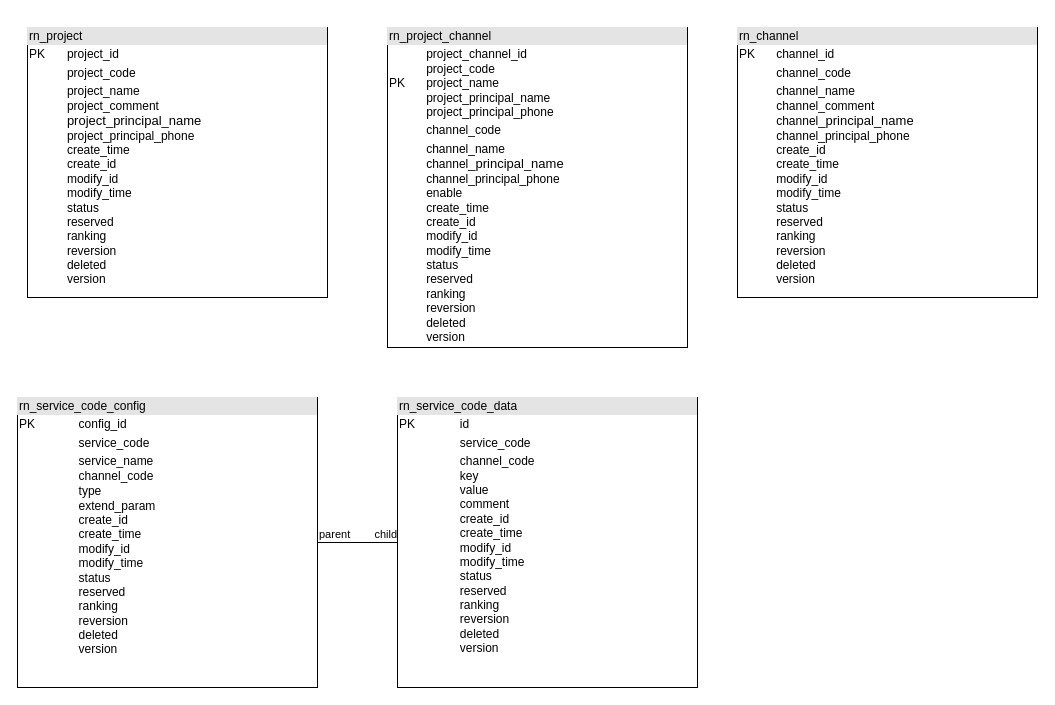
The draw.io diagram configuration.drawio in zl1509015035/zl1509015035.github.io, before the edit. Source tidied: cells renumbered, new cells numbered last; positions are measured from the earlier drawing's top-left corner, leaving out a move shared by most shapes. Both pictures are drawn from the tidied source at 100%, with x=0, y=0 at pixel (17, 27).
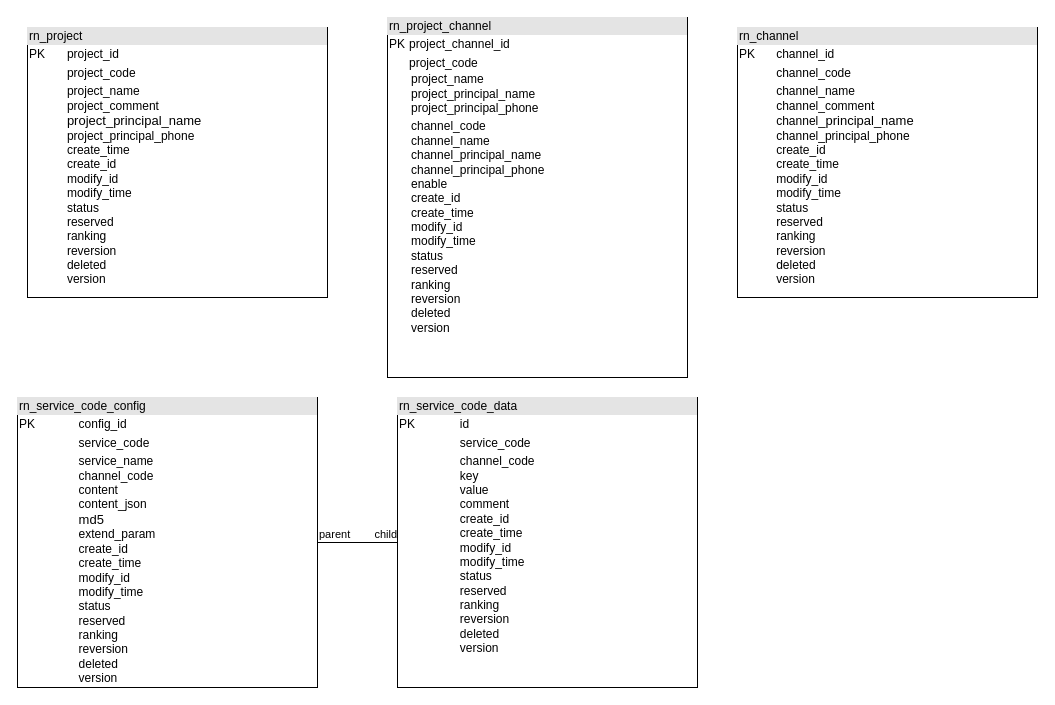
Above is the later version.

The edit, as a diff of the source:
```diff
@@
 <mxGraphModel>
   <root>
     <mxCell id="0" />
     <mxCell id="1" parent="0" />
     <mxCell id="2" value="&lt;div style=&quot;box-sizing:border-box;width:100%;background:#e4e4e4;padding:2px;&quot;&gt;rn_project&lt;/div&gt;&lt;table style=&quot;width:100%;font-size:1em;&quot; cellpadding=&quot;2&quot; cellspacing=&quot;0&quot;&gt;&lt;tbody&gt;&lt;tr&gt;&lt;td&gt;PK&lt;/td&gt;&lt;td&gt;project_id&lt;/td&gt;&lt;/tr&gt;&lt;tr&gt;&lt;td&gt;&lt;br&gt;&lt;/td&gt;&lt;td&gt;project_code&lt;/td&gt;&lt;/tr&gt;&lt;tr&gt;&lt;td&gt;&lt;/td&gt;&lt;td&gt;project_name&lt;br&gt;project_comment&lt;br&gt;&lt;span style=&quot;font-family: Arial, sans-serif; font-size: 13px; background-color: rgb(255, 255, 255);&quot;&gt;project_principal_name&lt;br&gt;&lt;/span&gt;project_principal_phone&lt;br&gt;create_time&lt;br&gt;create_id&lt;br&gt;modify_id&lt;br&gt;modify_time&lt;br&gt;status&lt;br&gt;reserved&lt;br&gt;ranking&lt;br&gt;reversion&lt;br&gt;deleted&lt;br&gt;version&lt;br&gt;&lt;br&gt;&lt;/td&gt;&lt;/tr&gt;&lt;/tbody&gt;&lt;/table&gt;" style="verticalAlign=top;align=left;overflow=fill;html=1;" parent="1" vertex="1">
       <mxGeometry x="10" width="300" height="270" as="geometry" />
     </mxCell>
     <mxCell id="3" value="&lt;div style=&quot;box-sizing:border-box;width:100%;background:#e4e4e4;padding:2px;&quot;&gt;rn_channel&lt;/div&gt;&lt;table style=&quot;width:100%;font-size:1em;&quot; cellpadding=&quot;2&quot; cellspacing=&quot;0&quot;&gt;&lt;tbody&gt;&lt;tr&gt;&lt;td&gt;PK&lt;/td&gt;&lt;td&gt;channel_id&lt;/td&gt;&lt;/tr&gt;&lt;tr&gt;&lt;td&gt;&lt;br&gt;&lt;/td&gt;&lt;td&gt;channel_code&lt;/td&gt;&lt;/tr&gt;&lt;tr&gt;&lt;td&gt;&lt;/td&gt;&lt;td&gt;channel_name&lt;br&gt;channel_comment&lt;br&gt;channel&lt;span style=&quot;font-family: Arial, sans-serif; font-size: 13px; background-color: rgb(255, 255, 255);&quot;&gt;_principal_name&lt;br&gt;&lt;/span&gt;channel_principal_phone&lt;br&gt;create_id&lt;br&gt;create_time&lt;br&gt;modify_id&lt;br&gt;modify_time&lt;br&gt;status&lt;br&gt;reserved&lt;br&gt;ranking&lt;br&gt;reversion&lt;br&gt;deleted&lt;br&gt;version&lt;br&gt;&lt;br&gt;&lt;/td&gt;&lt;/tr&gt;&lt;/tbody&gt;&lt;/table&gt;" style="verticalAlign=top;align=left;overflow=fill;html=1;" parent="1" vertex="1">
       <mxGeometry x="720" width="300" height="270" as="geometry" />
     </mxCell>
-    <mxCell id="4" value="&lt;div style=&quot;box-sizing:border-box;width:100%;background:#e4e4e4;padding:2px;&quot;&gt;rn_project_channel&lt;br&gt;&lt;/div&gt;&lt;table style=&quot;width:100%;font-size:1em;&quot; cellpadding=&quot;2&quot; cellspacing=&quot;0&quot;&gt;&lt;tbody&gt;&lt;tr&gt;&lt;td&gt;PK&lt;/td&gt;&lt;td&gt;project_channel_id&lt;br&gt;project_code&lt;br&gt;project_name&lt;br&gt;project_principal_name&lt;br&gt;project_principal_phone&lt;br&gt;&lt;/td&gt;&lt;/tr&gt;&lt;tr&gt;&lt;td&gt;&lt;br&gt;&lt;/td&gt;&lt;td&gt;channel_code&lt;/td&gt;&lt;/tr&gt;&lt;tr&gt;&lt;td&gt;&lt;/td&gt;&lt;td&gt;channel_name&lt;br&gt;channel&lt;span style=&quot;font-family: Arial, sans-serif; font-size: 13px; background-color: rgb(255, 255, 255);&quot;&gt;_principal_name&lt;br&gt;&lt;/span&gt;channel_principal_phone&lt;br&gt;enable&lt;br&gt;create_time&lt;br&gt;create_id&lt;br&gt;modify_id&lt;br&gt;modify_time&lt;br&gt;status&lt;br&gt;reserved&lt;br&gt;ranking&lt;br&gt;reversion&lt;br&gt;deleted&lt;br&gt;version&lt;br&gt;&lt;br&gt;&lt;/td&gt;&lt;/tr&gt;&lt;/tbody&gt;&lt;/table&gt;" style="verticalAlign=top;align=left;overflow=fill;html=1;" parent="1" vertex="1">
-      <mxGeometry x="370" width="300" height="320" as="geometry" />
-    </mxCell>
-    <mxCell id="5" value="&lt;div style=&quot;box-sizing:border-box;width:100%;background:#e4e4e4;padding:2px;&quot;&gt;rn_service_code_config&lt;/div&gt;&lt;table style=&quot;width:100%;font-size:1em;&quot; cellpadding=&quot;2&quot; cellspacing=&quot;0&quot;&gt;&lt;tbody&gt;&lt;tr&gt;&lt;td&gt;PK&lt;/td&gt;&lt;td&gt;config_id&lt;/td&gt;&lt;/tr&gt;&lt;tr&gt;&lt;td&gt;&lt;br&gt;&lt;/td&gt;&lt;td&gt;service_code&lt;/td&gt;&lt;/tr&gt;&lt;tr&gt;&lt;td&gt;&lt;/td&gt;&lt;td&gt;service_name&lt;br&gt;channel_code&lt;br&gt;type&lt;span style=&quot;font-family: Arial, sans-serif; font-size: 13px; background-color: rgb(255, 255, 255);&quot;&gt;&lt;br&gt;&lt;/span&gt;extend_param&lt;br&gt;create_id&lt;br&gt;create_time&lt;br&gt;modify_id&lt;br&gt;modify_time&lt;br&gt;status&lt;br&gt;reserved&lt;br&gt;ranking&lt;br&gt;reversion&lt;br&gt;deleted&lt;br&gt;version&lt;br&gt;&lt;br&gt;&lt;/td&gt;&lt;/tr&gt;&lt;/tbody&gt;&lt;/table&gt;" style="verticalAlign=top;align=left;overflow=fill;html=1;" parent="1" vertex="1">
+    <mxCell id="5" value="&lt;div style=&quot;box-sizing:border-box;width:100%;background:#e4e4e4;padding:2px;&quot;&gt;rn_service_code_config&lt;/div&gt;&lt;table style=&quot;width:100%;font-size:1em;&quot; cellpadding=&quot;2&quot; cellspacing=&quot;0&quot;&gt;&lt;tbody&gt;&lt;tr&gt;&lt;td&gt;PK&lt;/td&gt;&lt;td&gt;config_id&lt;/td&gt;&lt;/tr&gt;&lt;tr&gt;&lt;td&gt;&lt;br&gt;&lt;/td&gt;&lt;td&gt;service_code&lt;/td&gt;&lt;/tr&gt;&lt;tr&gt;&lt;td&gt;&lt;/td&gt;&lt;td&gt;service_name&lt;br&gt;channel_code&lt;br&gt;content&lt;br&gt;content_json&lt;br&gt;&lt;span style=&quot;font-family: Arial, sans-serif; font-size: 13px; background-color: rgb(255, 255, 255);&quot;&gt;md5&lt;br&gt;&lt;/span&gt;extend_param&lt;br&gt;create_id&lt;br&gt;create_time&lt;br&gt;modify_id&lt;br&gt;modify_time&lt;br&gt;status&lt;br&gt;reserved&lt;br&gt;ranking&lt;br&gt;reversion&lt;br&gt;deleted&lt;br&gt;version&lt;br&gt;&lt;br&gt;&lt;/td&gt;&lt;/tr&gt;&lt;/tbody&gt;&lt;/table&gt;" style="verticalAlign=top;align=left;overflow=fill;html=1;" parent="1" vertex="1">
       <mxGeometry y="370" width="300" height="290" as="geometry" />
     </mxCell>
     <mxCell id="6" value="&lt;div style=&quot;box-sizing:border-box;width:100%;background:#e4e4e4;padding:2px;&quot;&gt;rn_service_code_data&lt;/div&gt;&lt;table style=&quot;width:100%;font-size:1em;&quot; cellpadding=&quot;2&quot; cellspacing=&quot;0&quot;&gt;&lt;tbody&gt;&lt;tr&gt;&lt;td&gt;PK&lt;/td&gt;&lt;td&gt;id&lt;/td&gt;&lt;/tr&gt;&lt;tr&gt;&lt;td&gt;&lt;br&gt;&lt;/td&gt;&lt;td&gt;service_code&lt;/td&gt;&lt;/tr&gt;&lt;tr&gt;&lt;td&gt;&lt;/td&gt;&lt;td&gt;channel_code&lt;br&gt;key&lt;br&gt;value&lt;br&gt;comment&lt;br&gt;create_id&lt;br&gt;create_time&lt;br&gt;modify_id&lt;br&gt;modify_time&lt;br&gt;status&lt;br&gt;reserved&lt;br&gt;ranking&lt;br&gt;reversion&lt;br&gt;deleted&lt;br&gt;version&lt;br&gt;&lt;br&gt;&lt;/td&gt;&lt;/tr&gt;&lt;/tbody&gt;&lt;/table&gt;" style="verticalAlign=top;align=left;overflow=fill;html=1;" parent="1" vertex="1">
       <mxGeometry x="380" y="370" width="300" height="290" as="geometry" />
     </mxCell>
     <mxCell id="7" style="endArrow=none;html=1;edgeStyle=orthogonalEdgeStyle;rounded=0;fontColor=#000000;exitX=1;exitY=0.5;exitDx=0;exitDy=0;entryX=0;entryY=0.5;entryDx=0;entryDy=0;" parent="1" edge="1" source="5" target="6">
       <mxGeometry relative="1" as="geometry" />
     </mxCell>
     <mxCell id="8" value="parent" style="edgeLabel;html=1;align=left;verticalAlign=bottom;fontColor=#000000;" parent="7" vertex="1">
       <mxGeometry x="-1" relative="1" as="geometry" />
     </mxCell>
     <mxCell id="9" value="child" style="edgeLabel;html=1;align=right;verticalAlign=bottom;fontColor=#000000;" parent="7" vertex="1">
       <mxGeometry x="1" relative="1" as="geometry" />
     </mxCell>
+    <mxCell id="10" value="&lt;div style=&quot;box-sizing:border-box;width:100%;background:#e4e4e4;padding:2px;&quot;&gt;rn_project_channel&lt;/div&gt;&lt;table style=&quot;width:100%;font-size:1em;&quot; cellpadding=&quot;2&quot; cellspacing=&quot;0&quot;&gt;&lt;tbody&gt;&lt;tr&gt;&lt;td&gt;PK&lt;/td&gt;&lt;td&gt;project_channel_id&lt;br&gt;&lt;/td&gt;&lt;/tr&gt;&lt;tr&gt;&lt;td&gt;&lt;br&gt;&lt;/td&gt;&lt;td&gt;project_code&lt;br&gt;&lt;table style=&quot;font-size: 1em; width: 300px;&quot; cellpadding=&quot;2&quot; cellspacing=&quot;0&quot;&gt;&lt;tbody&gt;&lt;tr&gt;&lt;td&gt;project_name&lt;br&gt;project_principal_name&lt;br&gt;project_principal_phone&lt;br&gt;&lt;/td&gt;&lt;/tr&gt;&lt;tr&gt;&lt;td&gt;channel_code&lt;br&gt;channel_name&lt;br&gt;channel_principal_name&lt;br&gt;channel_principal_phone&lt;br&gt;enable&lt;br&gt;create_id&lt;br&gt;create_time&lt;br&gt;modify_id&lt;br&gt;modify_time&lt;br&gt;status&lt;br&gt;reserved&lt;br&gt;ranking&lt;br&gt;reversion&lt;br&gt;deleted&lt;br&gt;version&lt;br&gt;&lt;/td&gt;&lt;td&gt;&lt;br&gt;&lt;/td&gt;&lt;/tr&gt;&lt;/tbody&gt;&lt;/table&gt;&lt;/td&gt;&lt;/tr&gt;&lt;tr&gt;&lt;td&gt;&lt;/td&gt;&lt;td&gt;&lt;br&gt;&lt;br&gt;&lt;/td&gt;&lt;/tr&gt;&lt;/tbody&gt;&lt;/table&gt;" style="verticalAlign=top;align=left;overflow=fill;html=1;" parent="1" vertex="1">
+      <mxGeometry x="370" y="-10" width="300" height="360" as="geometry" />
+    </mxCell>
   </root>
 </mxGraphModel>
```
